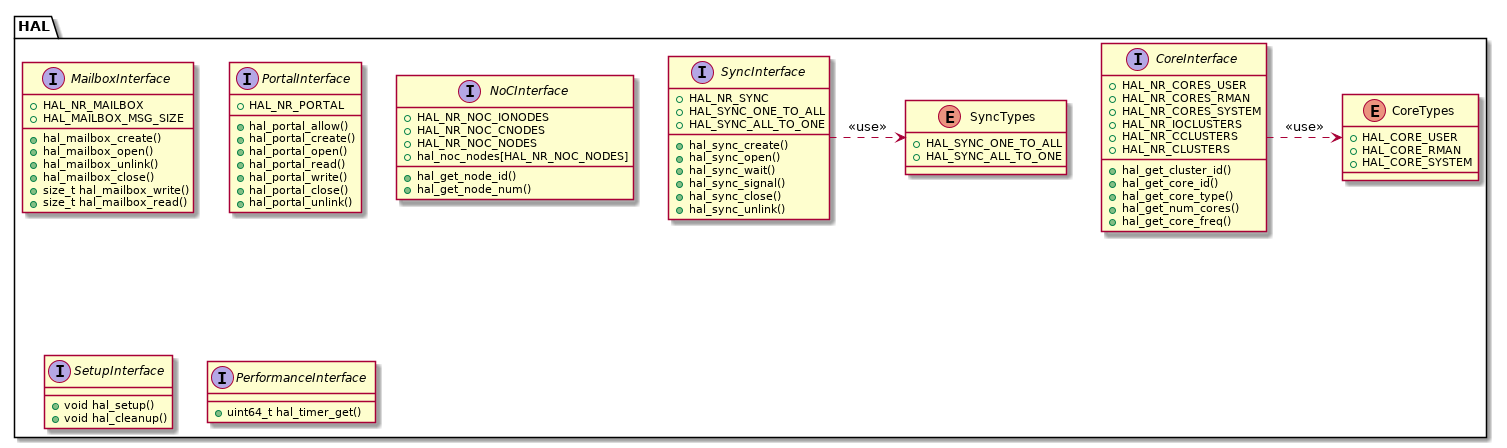
The PlantUML diagram doc/class-diagrams/kernel-hal.png in mbcastro/multikernel, before a commit. The source it was exported from:
```plantuml
@startuml

namespace HAL {
	enum HAL.CoreTypes {
		+ HAL_CORE_USER
		+ HAL_CORE_RMAN
		+ HAL_CORE_SYSTEM
	}

	interface HAL.CoreInterface {
		+ HAL_NR_CORES_USER
		+ HAL_NR_CORES_RMAN
		+ HAL_NR_CORES_SYSTEM
		+ HAL_NR_IOCLUSTERS
		+ HAL_NR_CCLUSTERS
		+ HAL_NR_CLUSTERS
		+ hal_get_cluster_id()
		+ hal_get_core_id()
		+ hal_get_core_type()
		+ hal_get_num_cores()
		+ hal_get_core_freq()
	}

	interface HAL.MailboxInterface {
		+ HAL_NR_MAILBOX
		+ HAL_MAILBOX_MSG_SIZE
		+ hal_mailbox_create()
		+ hal_mailbox_open()
		+ hal_mailbox_unlink()
		+ hal_mailbox_close()
		+ size_t hal_mailbox_write()
		+ size_t hal_mailbox_read()
	}

	enum HAL.SyncTypes {
		+ HAL_SYNC_ONE_TO_ALL
		+ HAL_SYNC_ALL_TO_ONE
	}

	interface HAL.SyncInterface {
		+ HAL_NR_SYNC
		+ HAL_SYNC_ONE_TO_ALL
		+ HAL_SYNC_ALL_TO_ONE
		+ hal_sync_create()
		+ hal_sync_open()
		+ hal_sync_wait()
		+ hal_sync_signal()
		+ hal_sync_close()
		+ hal_sync_unlink()
	}

	interface HAL.PortalInterface {
		+ HAL_NR_PORTAL
		+ hal_portal_allow()
		+ hal_portal_create()
		+ hal_portal_open()
		+ hal_portal_read()
		+ hal_portal_write()
		+ hal_portal_close()
		+ hal_portal_unlink()
	}

	interface HAL.NoCInterface {
		+ HAL_NR_NOC_IONODES
		+ HAL_NR_NOC_CNODES
		+ HAL_NR_NOC_NODES
		+ hal_noc_nodes[HAL_NR_NOC_NODES]
		+ hal_get_node_id()
		+ hal_get_node_num()
	}

	interface HAL.SetupInterface {
		+ void hal_setup()
		+ void hal_cleanup()
	}

	interface HAL.PerformanceInterface {
		+ uint64_t hal_timer_get()
	}

	HAL.CoreInterface .> HAL.CoreTypes : <<use>>
	HAL.SyncInterface .> HAL.SyncTypes : <<use>>
}

@enduml
```
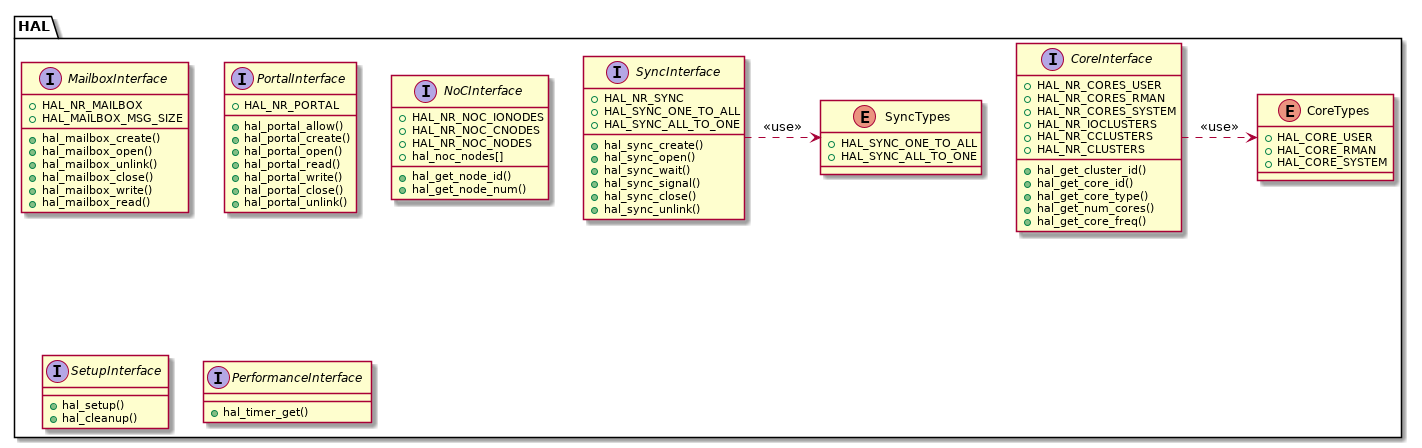
After the commit.

Commit message:
Updating MPPA-256 Class Diagram

Change to the diagram source:
```diff
@@ -28,8 +28,8 @@
 		+ hal_mailbox_open()
 		+ hal_mailbox_unlink()
 		+ hal_mailbox_close()
-		+ size_t hal_mailbox_write()
-		+ size_t hal_mailbox_read()
+		+ hal_mailbox_write()
+		+ hal_mailbox_read()
 	}
 
 	enum HAL.SyncTypes {
@@ -64,18 +64,18 @@
 		+ HAL_NR_NOC_IONODES
 		+ HAL_NR_NOC_CNODES
 		+ HAL_NR_NOC_NODES
-		+ hal_noc_nodes[HAL_NR_NOC_NODES]
+		+ hal_noc_nodes[]
 		+ hal_get_node_id()
 		+ hal_get_node_num()
 	}
 
 	interface HAL.SetupInterface {
-		+ void hal_setup()
-		+ void hal_cleanup()
+		+ hal_setup()
+		+ hal_cleanup()
 	}
 
 	interface HAL.PerformanceInterface {
-		+ uint64_t hal_timer_get()
+		+ hal_timer_get()
 	}
 
 	HAL.CoreInterface .> HAL.CoreTypes : <<use>>
```
